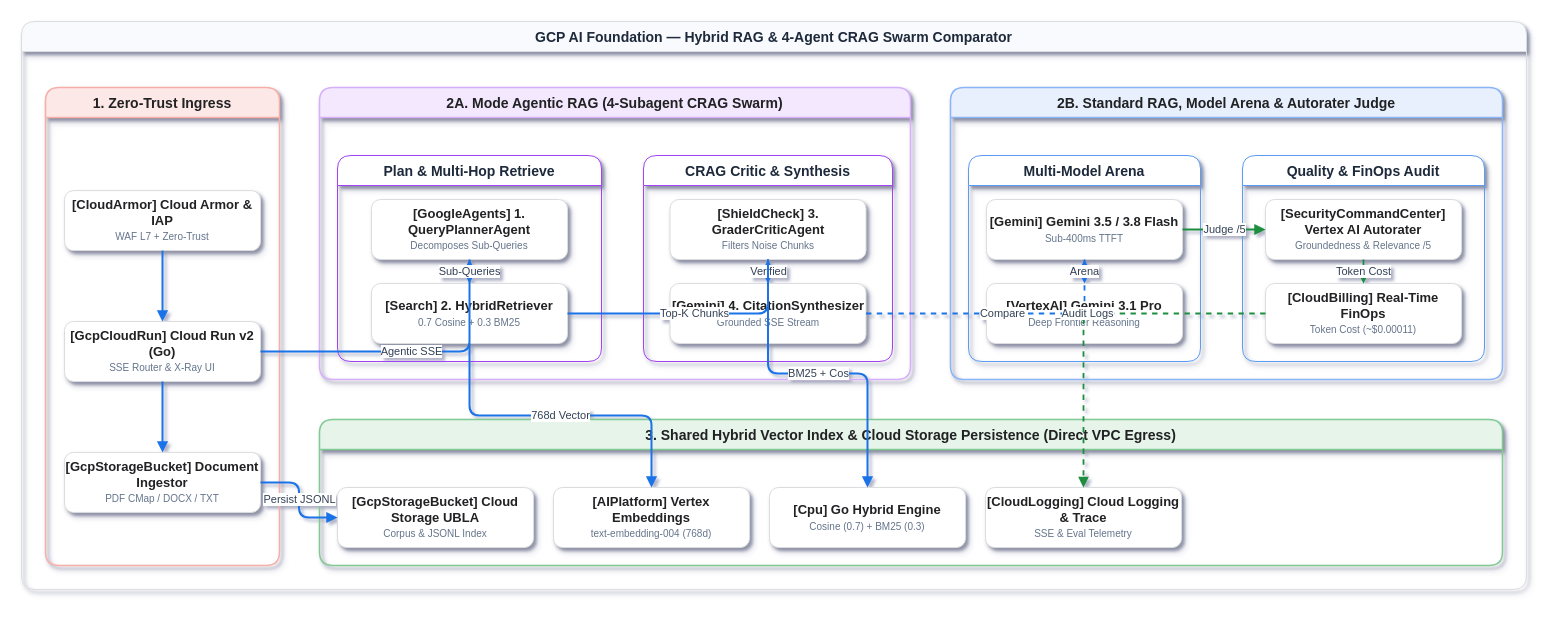
Earlier version of the draw.io diagram docs/diagrams/rag_comparison_crag_v3.drawio (hoffmannw-hjkl/app-rag-comparison). Source tidied: cells renumbered, new cells numbered last; positions are measured from the earlier drawing's top-left corner, leaving out a move shared by most shapes. Both pictures are drawn from the tidied source at 100%, with x=0, y=0 at pixel (21, 21).
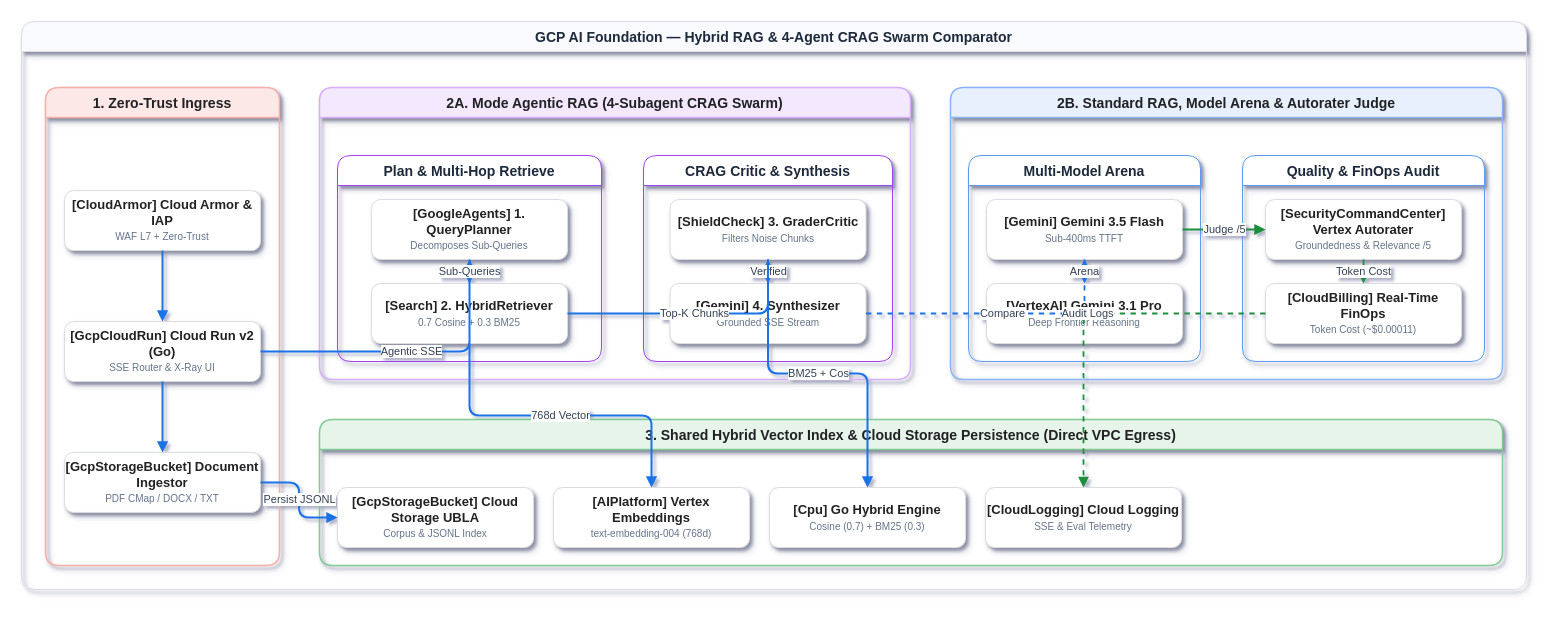
The same diagram, later.

Commit message (it also covers changes not shown here):
docs(readme): embed exported high-res Dendrite v3.3 PNG architecture diagrams inline

Unchanged cells that the change refers to:
```xml
<mxCell id="5" value="Plan &amp; Multi-Hop Retrieve" style="swimlane;fontStyle=1;horizontal=1;startSize=30;rounded=1;fillColor=#ffffff;strokeColor=#a142f4;fontColor=#1E293B;fontSize=14;shadow=1;" parent="4" vertex="1">
  <mxGeometry x="18" y="68" width="264" height="206" as="geometry" />
</mxCell>
<mxCell id="6" value="CRAG Critic &amp; Synthesis" style="swimlane;fontStyle=1;horizontal=1;startSize=30;rounded=1;fillColor=#ffffff;strokeColor=#a142f4;fontColor=#1E293B;fontSize=14;shadow=1;" parent="4" vertex="1">
  <mxGeometry x="324" y="68" width="249" height="206" as="geometry" />
</mxCell>
<mxCell id="8" value="Multi-Model Arena" style="swimlane;fontStyle=1;horizontal=1;startSize=30;rounded=1;fillColor=#ffffff;strokeColor=#5b9bf3;fontColor=#1E293B;fontSize=14;shadow=1;" parent="7" vertex="1">
  <mxGeometry x="18" y="68" width="232" height="206" as="geometry" />
</mxCell>
<mxCell id="9" value="Quality &amp; FinOps Audit" style="swimlane;fontStyle=1;horizontal=1;startSize=30;rounded=1;fillColor=#ffffff;strokeColor=#5b9bf3;fontColor=#1E293B;fontSize=14;shadow=1;" parent="7" vertex="1">
  <mxGeometry x="292" y="68" width="242" height="206" as="geometry" />
</mxCell>
<mxCell id="10" value="3. Shared Hybrid Vector Index &amp; Cloud Storage Persistence (Direct VPC Egress)" style="swimlane;fontStyle=1;horizontal=1;startSize=30;rounded=1;fillColor=#e6f4ea;strokeColor=#81c995;strokeWidth=1.5;fontColor=#202124;fontSize=14;shadow=1;" parent="2" vertex="1">
  <mxGeometry x="298" y="398" width="1183" height="146" as="geometry" />
</mxCell>
```

Diff of the diagram source:
```diff
@@
-    <mxCell id="14" value="&lt;b&gt;[GoogleAgents] 1. QueryPlannerAgent&lt;/b&gt;&lt;br&gt;&lt;font color='#64748B' size='1'&gt;Decomposes Sub-Queries&lt;/font&gt;" style="rounded=1;arcSize=15;whiteSpace=wrap;html=1;fillColor=#ffffff;strokeColor=#dadce0;strokeWidth=1;fontColor=#202124;fontSize=13;shadow=1;" parent="5" vertex="1">
+    <mxCell id="14" value="&lt;b&gt;[GoogleAgents] 1. QueryPlanner&lt;/b&gt;&lt;br&gt;&lt;font color='#64748B' size='1'&gt;Decomposes Sub-Queries&lt;/font&gt;" style="rounded=1;arcSize=15;whiteSpace=wrap;html=1;fillColor=#ffffff;strokeColor=#dadce0;strokeWidth=1;fontColor=#202124;fontSize=13;shadow=1;" parent="5" vertex="1">
       <mxGeometry x="34" y="44" width="196" height="60" as="geometry" />
     </mxCell>
@@
-    <mxCell id="16" value="&lt;b&gt;[ShieldCheck] 3. GraderCriticAgent&lt;/b&gt;&lt;br&gt;&lt;font color='#64748B' size='1'&gt;Filters Noise Chunks&lt;/font&gt;" style="rounded=1;arcSize=15;whiteSpace=wrap;html=1;fillColor=#ffffff;strokeColor=#dadce0;strokeWidth=1;fontColor=#202124;fontSize=13;shadow=1;" parent="6" vertex="1">
+    <mxCell id="16" value="&lt;b&gt;[ShieldCheck] 3. GraderCritic&lt;/b&gt;&lt;br&gt;&lt;font color='#64748B' size='1'&gt;Filters Noise Chunks&lt;/font&gt;" style="rounded=1;arcSize=15;whiteSpace=wrap;html=1;fillColor=#ffffff;strokeColor=#dadce0;strokeWidth=1;fontColor=#202124;fontSize=13;shadow=1;" parent="6" vertex="1">
       <mxGeometry x="26.5" y="44" width="196" height="60" as="geometry" />
     </mxCell>
-    <mxCell id="17" value="&lt;b&gt;[Gemini] 4. CitationSynthesizer&lt;/b&gt;&lt;br&gt;&lt;font color='#64748B' size='1'&gt;Grounded SSE Stream&lt;/font&gt;" style="rounded=1;arcSize=15;whiteSpace=wrap;html=1;fillColor=#ffffff;strokeColor=#dadce0;strokeWidth=1;fontColor=#202124;fontSize=13;shadow=1;" parent="6" vertex="1">
+    <mxCell id="17" value="&lt;b&gt;[Gemini] 4. Synthesizer&lt;/b&gt;&lt;br&gt;&lt;font color='#64748B' size='1'&gt;Grounded SSE Stream&lt;/font&gt;" style="rounded=1;arcSize=15;whiteSpace=wrap;html=1;fillColor=#ffffff;strokeColor=#dadce0;strokeWidth=1;fontColor=#202124;fontSize=13;shadow=1;" parent="6" vertex="1">
       <mxGeometry x="26.5" y="128" width="196" height="60" as="geometry" />
     </mxCell>
-    <mxCell id="18" value="&lt;b&gt;[Gemini] Gemini 3.5 / 3.8 Flash&lt;/b&gt;&lt;br&gt;&lt;font color='#64748B' size='1'&gt;Sub-400ms TTFT&lt;/font&gt;" style="rounded=1;arcSize=15;whiteSpace=wrap;html=1;fillColor=#ffffff;strokeColor=#dadce0;strokeWidth=1;fontColor=#202124;fontSize=13;shadow=1;" parent="8" vertex="1">
+    <mxCell id="18" value="&lt;b&gt;[Gemini] Gemini 3.5 Flash&lt;/b&gt;&lt;br&gt;&lt;font color='#64748B' size='1'&gt;Sub-400ms TTFT&lt;/font&gt;" style="rounded=1;arcSize=15;whiteSpace=wrap;html=1;fillColor=#ffffff;strokeColor=#dadce0;strokeWidth=1;fontColor=#202124;fontSize=13;shadow=1;" parent="8" vertex="1">
       <mxGeometry x="18" y="44" width="196" height="60" as="geometry" />
     </mxCell>
@@
-    <mxCell id="20" value="&lt;b&gt;[SecurityCommandCenter] Vertex AI Autorater&lt;/b&gt;&lt;br&gt;&lt;font color='#64748B' size='1'&gt;Groundedness &amp; Relevance /5&lt;/font&gt;" style="rounded=1;arcSize=15;whiteSpace=wrap;html=1;fillColor=#ffffff;strokeColor=#dadce0;strokeWidth=1;fontColor=#202124;fontSize=13;shadow=1;" parent="9" vertex="1">
+    <mxCell id="20" value="&lt;b&gt;[SecurityCommandCenter] Vertex Autorater&lt;/b&gt;&lt;br&gt;&lt;font color='#64748B' size='1'&gt;Groundedness &amp; Relevance /5&lt;/font&gt;" style="rounded=1;arcSize=15;whiteSpace=wrap;html=1;fillColor=#ffffff;strokeColor=#dadce0;strokeWidth=1;fontColor=#202124;fontSize=13;shadow=1;" parent="9" vertex="1">
       <mxGeometry x="23" y="44" width="196" height="60" as="geometry" />
     </mxCell>
@@
-    <mxCell id="25" value="&lt;b&gt;[CloudLogging] Cloud Logging &amp; Trace&lt;/b&gt;&lt;br&gt;&lt;font color='#64748B' size='1'&gt;SSE &amp; Eval Telemetry&lt;/font&gt;" style="rounded=1;arcSize=15;whiteSpace=wrap;html=1;fillColor=#ffffff;strokeColor=#dadce0;strokeWidth=1;fontColor=#202124;fontSize=13;shadow=1;" parent="10" vertex="1">
+    <mxCell id="25" value="&lt;b&gt;[CloudLogging] Cloud Logging&lt;/b&gt;&lt;br&gt;&lt;font color='#64748B' size='1'&gt;SSE &amp; Eval Telemetry&lt;/font&gt;" style="rounded=1;arcSize=15;whiteSpace=wrap;html=1;fillColor=#ffffff;strokeColor=#dadce0;strokeWidth=1;fontColor=#202124;fontSize=13;shadow=1;" parent="10" vertex="1">
       <mxGeometry x="666" y="68" width="196" height="60" as="geometry" />
     </mxCell>
```
